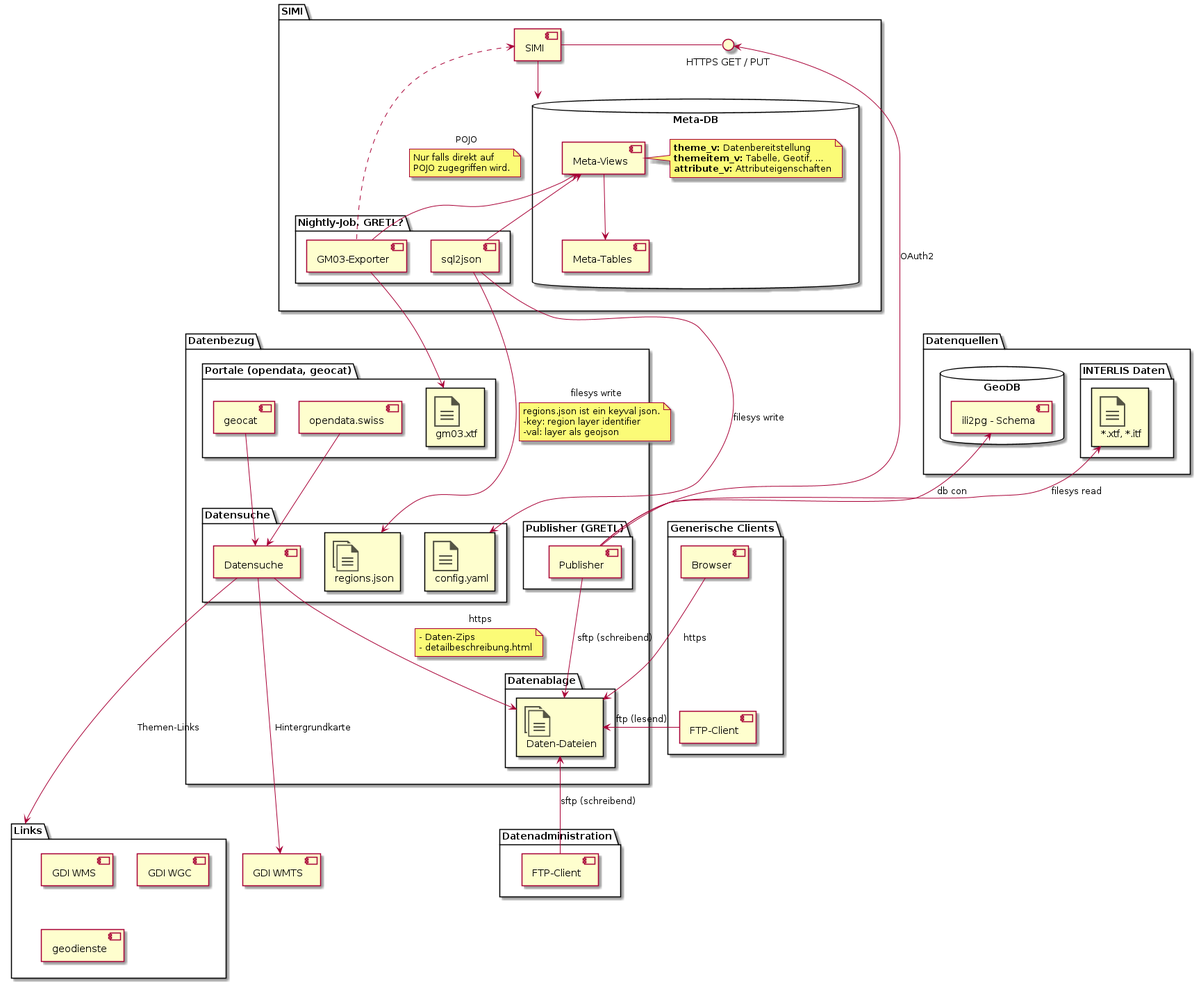
This is res/uebersicht.png from sogis/p-datenbezug, a PlantUML export, as it was before one commit.
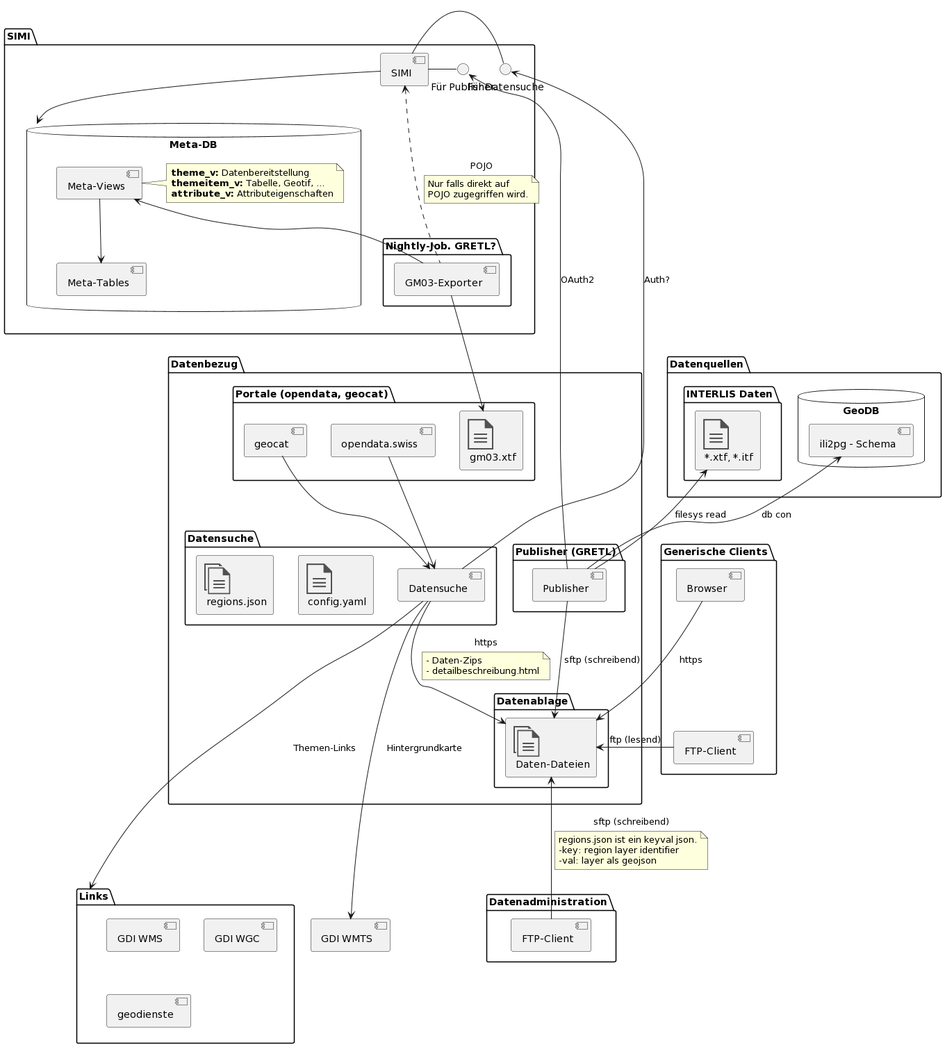
After the change.

Diff of the diagram source:
```diff
@@ -17,8 +17,10 @@
 package "SIMI"{
 
     [SIMI] as simi
-    () rest as "HTTPS GET / PUT"
-    rest - simi
+    () papi as "Für Publisher"
+    () sapi as "Für Datensuche"
+    papi - simi
+    sapi - simi
 
     database "Meta-DB" as mdb {
         [Meta-Tables] as mtbl
@@ -33,11 +35,9 @@
     }
 
     package "Nightly-Job. GRETL?" as nightly {
-        [sql2json] as sj
         [GM03-Exporter] as mex
     }
 
-    sj -up-> mv
     simi --> mdb
 
     mex -up-> mv
@@ -100,14 +100,13 @@
 
 pub -up-> db : db con
 pub -up-> tf : filesys read
-pub -up-> rest : OAuth2
+pub -up-> papi : OAuth2
 
 httpc --> data : https
 ftpc  -left-> data : ftp (lesend)
 ftpadmin  -up-> data : sftp (schreibend)
 
-sj --> bconf : filesys write
-sj --> regions : filesys write
+
 note on link
   regions.json ist ein keyval json.
   -key: region layer identifier
@@ -121,4 +120,6 @@
 
 ds ---> wmts : Hintergrundkarte
 ds ---> link : Themen-Links
+
+ds -up-> sapi : Auth?
 @enduml
```
